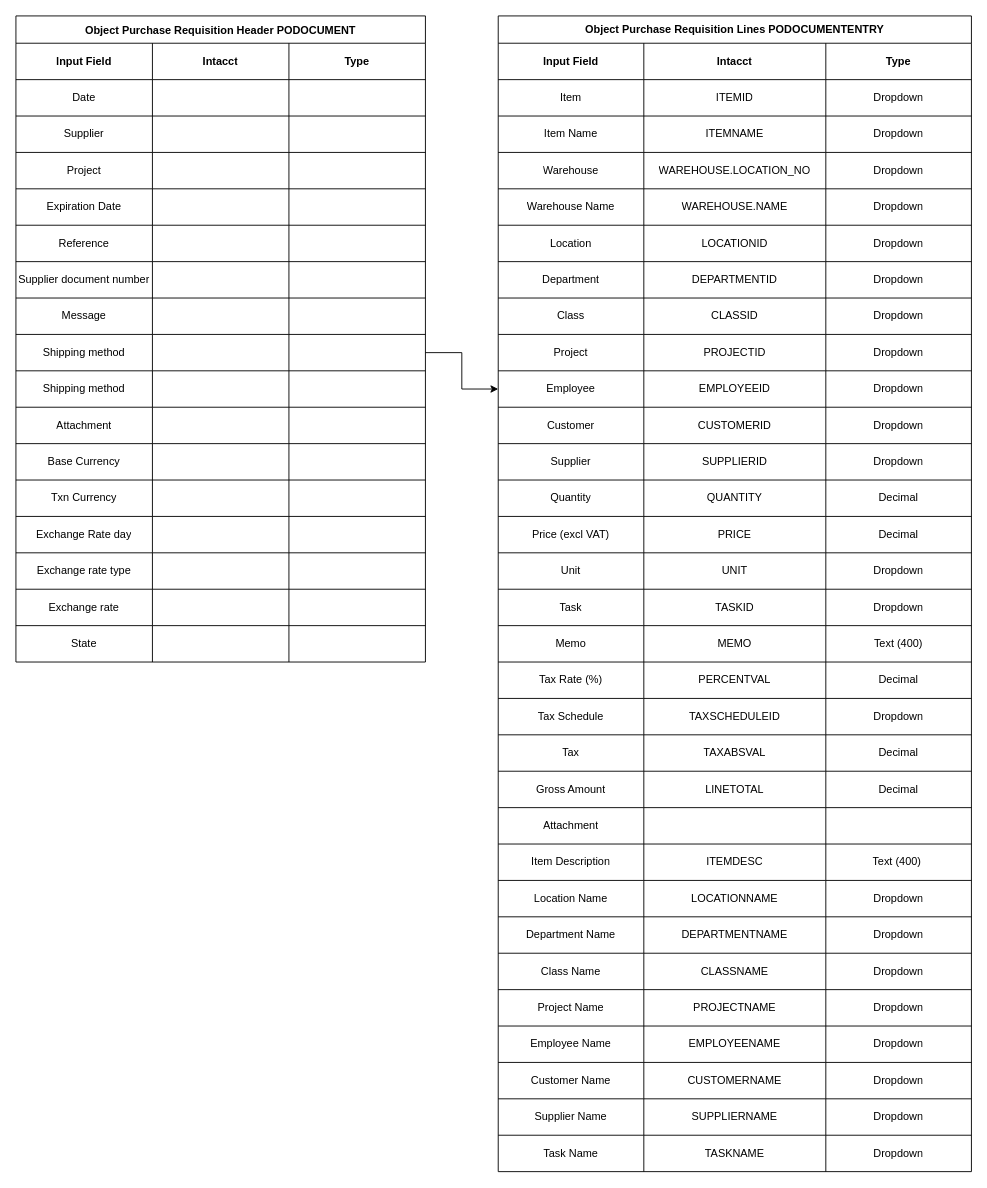
Before: page "Page-2" (2 of 2) of ProcureLink.drawio in garrithhyman/ProcureLink, a draw.io diagram. Source tidied: cells renumbered, new cells numbered last; positions are measured from the earlier drawing's top-left corner, leaving out a move shared by most shapes. Both pictures are drawn from the tidied source at 91%, with x=0, y=0 at pixel (15, 15).
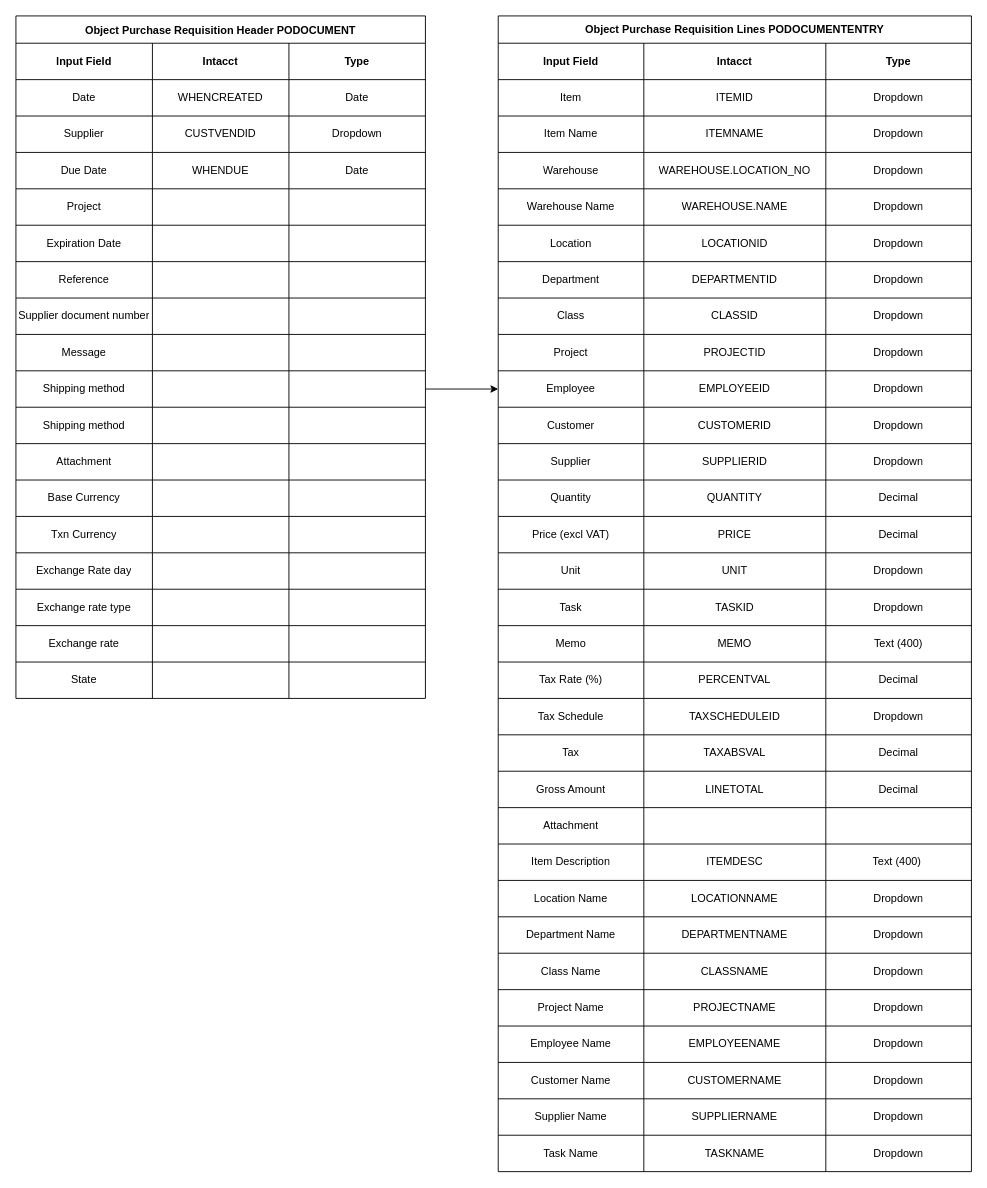
The same page after the edit.

Unchanged cells that the change refers to:
```xml
<mxCell id="7" style="shape=tableRow;horizontal=0;startSize=0;swimlaneHead=0;swimlaneBody=0;strokeColor=inherit;top=0;left=0;bottom=0;right=0;fillColor=none;" parent="2" vertex="1">
  <mxGeometry y="70" width="450" height="40" as="geometry" />
</mxCell>
<mxCell id="11" style="shape=tableRow;horizontal=0;startSize=0;swimlaneHead=0;swimlaneBody=0;strokeColor=inherit;top=0;left=0;bottom=0;right=0;fillColor=none;" parent="2" vertex="1">
  <mxGeometry y="110" width="450" height="40" as="geometry" />
</mxCell>
```

Change to the diagram source:
```diff
@@
     <mxCell id="2" value="Object Purchase Requisition Header PODOCUMENT" style="shape=table;startSize=30;childLayout=tableLayout;fontStyle=1;" parent="1" vertex="1">
-      <mxGeometry width="450" height="710" as="geometry" />
+      <mxGeometry width="450" height="750" as="geometry" />
     </mxCell>
@@
-    <mxCell id="9" style="shape=partialRectangle;html=1;whiteSpace=wrap;strokeColor=inherit;overflow=hidden;fillColor=none;top=0;left=0;bottom=0;right=0;" parent="7" vertex="1">
+    <mxCell id="9" value="WHENCREATED" style="shape=partialRectangle;html=1;whiteSpace=wrap;strokeColor=inherit;overflow=hidden;fillColor=none;top=0;left=0;bottom=0;right=0;" parent="7" vertex="1">
       <mxGeometry x="150" width="150" height="40" as="geometry" />
     </mxCell>
-    <mxCell id="10" style="shape=partialRectangle;html=1;whiteSpace=wrap;strokeColor=inherit;overflow=hidden;fillColor=none;top=0;left=0;bottom=0;right=0;" parent="7" vertex="1">
+    <mxCell id="10" value="Date" style="shape=partialRectangle;html=1;whiteSpace=wrap;strokeColor=inherit;overflow=hidden;fillColor=none;top=0;left=0;bottom=0;right=0;" parent="7" vertex="1">
       <mxGeometry x="300" width="150" height="40" as="geometry" />
     </mxCell>
@@
-    <mxCell id="13" style="shape=partialRectangle;html=1;whiteSpace=wrap;strokeColor=inherit;overflow=hidden;fillColor=none;top=0;left=0;bottom=0;right=0;" parent="11" vertex="1">
+    <mxCell id="13" value="CUSTVENDID" style="shape=partialRectangle;html=1;whiteSpace=wrap;strokeColor=inherit;overflow=hidden;fillColor=none;top=0;left=0;bottom=0;right=0;" parent="11" vertex="1">
       <mxGeometry x="150" width="150" height="40" as="geometry" />
     </mxCell>
-    <mxCell id="14" style="shape=partialRectangle;html=1;whiteSpace=wrap;strokeColor=inherit;overflow=hidden;fillColor=none;top=0;left=0;bottom=0;right=0;" parent="11" vertex="1">
+    <mxCell id="14" value="Dropdown" style="shape=partialRectangle;html=1;whiteSpace=wrap;strokeColor=inherit;overflow=hidden;fillColor=none;top=0;left=0;bottom=0;right=0;" parent="11" vertex="1">
       <mxGeometry x="300" width="150" height="40" as="geometry" />
     </mxCell>
+    <mxCell id="197" style="shape=tableRow;horizontal=0;startSize=0;swimlaneHead=0;swimlaneBody=0;strokeColor=inherit;top=0;left=0;bottom=0;right=0;fillColor=none;" parent="2" vertex="1">
+      <mxGeometry y="150" width="450" height="40" as="geometry" />
+    </mxCell>
+    <mxCell id="198" value="Due Date" style="shape=partialRectangle;html=1;whiteSpace=wrap;strokeColor=inherit;overflow=hidden;fillColor=none;top=0;left=0;bottom=0;right=0;" parent="197" vertex="1">
+      <mxGeometry width="150" height="40" as="geometry" />
+    </mxCell>
+    <mxCell id="199" value="WHENDUE" style="shape=partialRectangle;html=1;whiteSpace=wrap;strokeColor=inherit;overflow=hidden;fillColor=none;top=0;left=0;bottom=0;right=0;" parent="197" vertex="1">
+      <mxGeometry x="150" width="150" height="40" as="geometry" />
+    </mxCell>
+    <mxCell id="200" value="Date" style="shape=partialRectangle;html=1;whiteSpace=wrap;strokeColor=inherit;overflow=hidden;fillColor=none;top=0;left=0;bottom=0;right=0;" parent="197" vertex="1">
+      <mxGeometry x="300" width="150" height="40" as="geometry" />
+    </mxCell>
     <mxCell id="15" style="shape=tableRow;horizontal=0;startSize=0;swimlaneHead=0;swimlaneBody=0;strokeColor=inherit;top=0;left=0;bottom=0;right=0;fillColor=none;" parent="2" vertex="1">
-      <mxGeometry y="150" width="450" height="40" as="geometry" />
+      <mxGeometry y="190" width="450" height="40" as="geometry" />
     </mxCell>
@@
     <mxCell id="19" style="shape=tableRow;horizontal=0;startSize=0;swimlaneHead=0;swimlaneBody=0;strokeColor=inherit;top=0;left=0;bottom=0;right=0;fillColor=none;" parent="2" vertex="1">
-      <mxGeometry y="190" width="450" height="40" as="geometry" />
+      <mxGeometry y="230" width="450" height="40" as="geometry" />
     </mxCell>
@@
     <mxCell id="23" style="shape=tableRow;horizontal=0;startSize=0;swimlaneHead=0;swimlaneBody=0;strokeColor=inherit;top=0;left=0;bottom=0;right=0;fillColor=none;" parent="2" vertex="1">
-      <mxGeometry y="230" width="450" height="40" as="geometry" />
+      <mxGeometry y="270" width="450" height="40" as="geometry" />
     </mxCell>
@@
     <mxCell id="27" style="shape=tableRow;horizontal=0;startSize=0;swimlaneHead=0;swimlaneBody=0;strokeColor=inherit;top=0;left=0;bottom=0;right=0;fillColor=none;" parent="2" vertex="1">
-      <mxGeometry y="270" width="450" height="40" as="geometry" />
+      <mxGeometry y="310" width="450" height="40" as="geometry" />
     </mxCell>
@@
     <mxCell id="31" style="shape=tableRow;horizontal=0;startSize=0;swimlaneHead=0;swimlaneBody=0;strokeColor=inherit;top=0;left=0;bottom=0;right=0;fillColor=none;" parent="2" vertex="1">
-      <mxGeometry y="310" width="450" height="40" as="geometry" />
+      <mxGeometry y="350" width="450" height="40" as="geometry" />
     </mxCell>
@@
     <mxCell id="35" style="shape=tableRow;horizontal=0;startSize=0;swimlaneHead=0;swimlaneBody=0;strokeColor=inherit;top=0;left=0;bottom=0;right=0;fillColor=none;points=[[0,0.5],[1,0.5]];portConstraint=eastwest;" parent="2" vertex="1">
-      <mxGeometry y="350" width="450" height="40" as="geometry" />
+      <mxGeometry y="390" width="450" height="40" as="geometry" />
     </mxCell>
@@
     <mxCell id="39" style="shape=tableRow;horizontal=0;startSize=0;swimlaneHead=0;swimlaneBody=0;strokeColor=inherit;top=0;left=0;bottom=0;right=0;fillColor=none;" parent="2" vertex="1">
-      <mxGeometry y="390" width="450" height="40" as="geometry" />
+      <mxGeometry y="430" width="450" height="40" as="geometry" />
     </mxCell>
@@
     <mxCell id="43" style="shape=tableRow;horizontal=0;startSize=0;swimlaneHead=0;swimlaneBody=0;strokeColor=inherit;top=0;left=0;bottom=0;right=0;fillColor=none;" parent="2" vertex="1">
-      <mxGeometry y="430" width="450" height="40" as="geometry" />
+      <mxGeometry y="470" width="450" height="40" as="geometry" />
     </mxCell>
@@
     <mxCell id="47" style="shape=tableRow;horizontal=0;startSize=0;swimlaneHead=0;swimlaneBody=0;strokeColor=inherit;top=0;left=0;bottom=0;right=0;fillColor=none;" parent="2" vertex="1">
-      <mxGeometry y="470" width="450" height="40" as="geometry" />
+      <mxGeometry y="510" width="450" height="40" as="geometry" />
     </mxCell>
@@
     <mxCell id="51" style="shape=tableRow;horizontal=0;startSize=0;swimlaneHead=0;swimlaneBody=0;strokeColor=inherit;top=0;left=0;bottom=0;right=0;fillColor=none;" parent="2" vertex="1">
-      <mxGeometry y="510" width="450" height="40" as="geometry" />
+      <mxGeometry y="550" width="450" height="40" as="geometry" />
     </mxCell>
@@
     <mxCell id="55" style="shape=tableRow;horizontal=0;startSize=0;swimlaneHead=0;swimlaneBody=0;strokeColor=inherit;top=0;left=0;bottom=0;right=0;fillColor=none;" parent="2" vertex="1">
-      <mxGeometry y="550" width="450" height="40" as="geometry" />
+      <mxGeometry y="590" width="450" height="40" as="geometry" />
     </mxCell>
@@
     <mxCell id="59" style="shape=tableRow;horizontal=0;startSize=0;swimlaneHead=0;swimlaneBody=0;strokeColor=inherit;top=0;left=0;bottom=0;right=0;fillColor=none;" parent="2" vertex="1">
-      <mxGeometry y="590" width="450" height="40" as="geometry" />
+      <mxGeometry y="630" width="450" height="40" as="geometry" />
     </mxCell>
@@
     <mxCell id="63" style="shape=tableRow;horizontal=0;startSize=0;swimlaneHead=0;swimlaneBody=0;strokeColor=inherit;top=0;left=0;bottom=0;right=0;fillColor=none;" parent="2" vertex="1">
-      <mxGeometry y="630" width="450" height="40" as="geometry" />
+      <mxGeometry y="670" width="450" height="40" as="geometry" />
     </mxCell>
@@
     <mxCell id="67" style="shape=tableRow;horizontal=0;startSize=0;swimlaneHead=0;swimlaneBody=0;strokeColor=inherit;top=0;left=0;bottom=0;right=0;fillColor=none;" parent="2" vertex="1">
-      <mxGeometry y="670" width="450" height="40" as="geometry" />
+      <mxGeometry y="710" width="450" height="40" as="geometry" />
     </mxCell>
```
